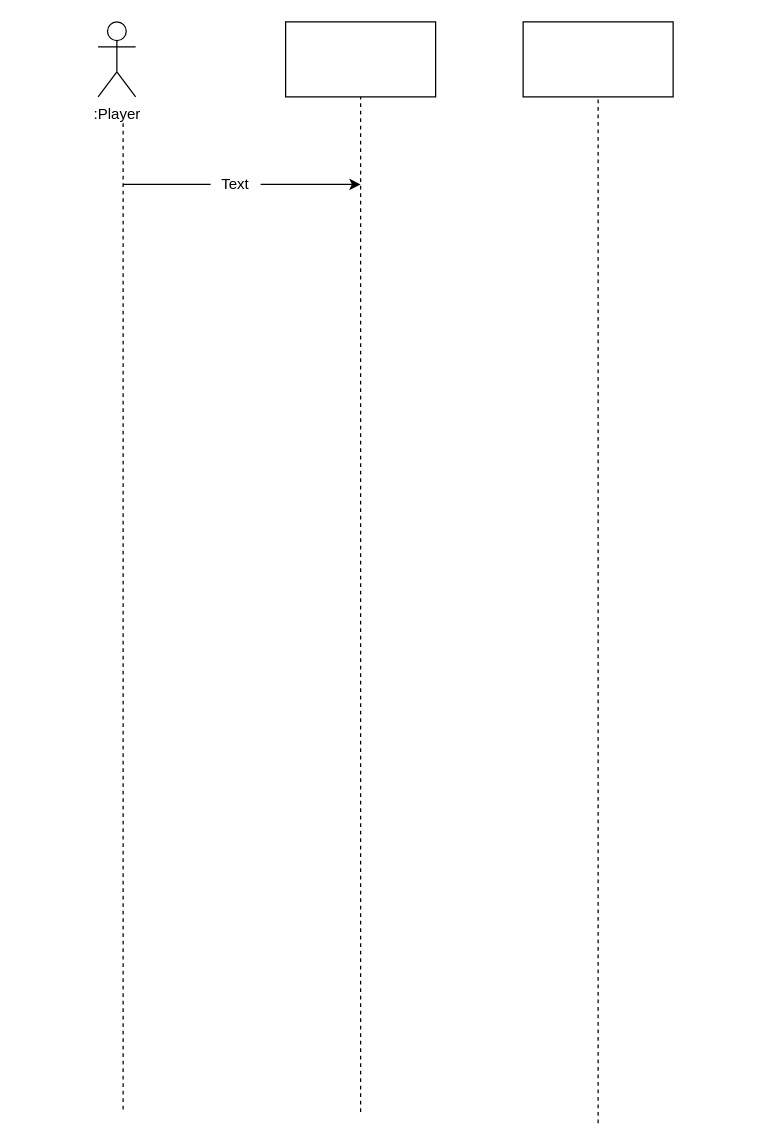
Earlier version of the draw.io diagram deliveries/uml/Gain Resources.drawio (egyangel/ing-sw-2021-esas-mauri-madhkour-elsheshtawi). Source tidied: cells renumbered, new cells numbered last; positions are measured from the earlier drawing's top-left corner, leaving out a move shared by most shapes. Both pictures are drawn from the tidied source at 125%, with x=0, y=0 at pixel (98, 21).
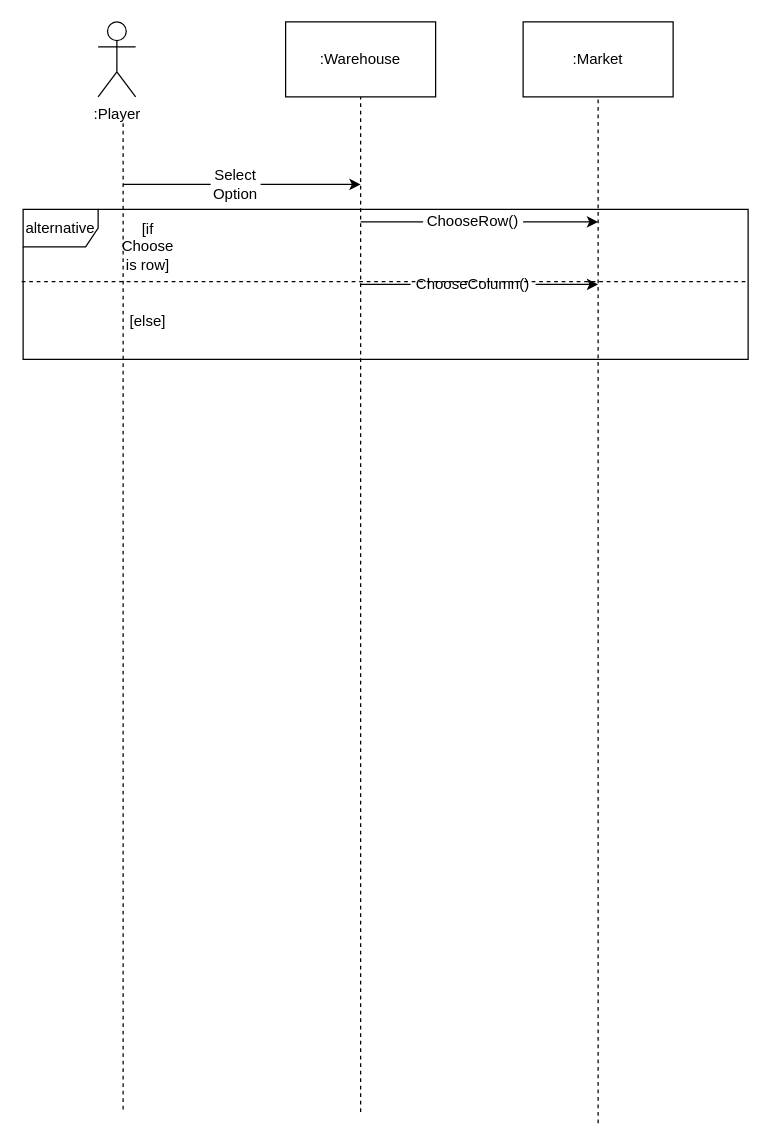
Above is the later version.

Change to the diagram source:
```diff
@@
+    <mxCell id="11" value="alternative" style="shape=umlFrame;whiteSpace=wrap;html=1;" parent="1" vertex="1">
+      <mxGeometry x="-60" y="150" width="580" height="120" as="geometry" />
+    </mxCell>
@@
-    <mxCell id="9" value="Text" style="text;html=1;strokeColor=none;fillColor=none;align=center;verticalAlign=middle;whiteSpace=wrap;rounded=0;" parent="1" vertex="1">
+    <mxCell id="9" value="Select Option" style="text;html=1;strokeColor=none;fillColor=none;align=center;verticalAlign=middle;whiteSpace=wrap;rounded=0;" parent="1" vertex="1">
       <mxGeometry x="90" y="120" width="40" height="20" as="geometry" />
     </mxCell>
@@
+    <mxCell id="12" style="endArrow=classic;html=1;startArrow=none;" parent="1" edge="1">
+      <mxGeometry relative="1" as="geometry">
+        <mxPoint x="340" y="160" as="sourcePoint" />
+        <mxPoint x="400" y="160" as="targetPoint" />
+      </mxGeometry>
+    </mxCell>
+    <mxCell id="13" value=":Warehouse" style="text;html=1;strokeColor=none;fillColor=none;align=center;verticalAlign=middle;whiteSpace=wrap;rounded=0;" parent="1" vertex="1">
+      <mxGeometry x="190" y="20" width="40" height="20" as="geometry" />
+    </mxCell>
+    <mxCell id="14" value=":Market" style="text;html=1;strokeColor=none;fillColor=none;align=center;verticalAlign=middle;whiteSpace=wrap;rounded=0;" parent="1" vertex="1">
+      <mxGeometry x="380" y="20" width="40" height="20" as="geometry" />
+    </mxCell>
+    <mxCell id="15" value="ChooseRow()" style="text;html=1;strokeColor=none;fillColor=none;align=center;verticalAlign=middle;whiteSpace=wrap;rounded=0;" parent="1" vertex="1">
+      <mxGeometry x="280" y="150" width="40" height="20" as="geometry" />
+    </mxCell>
+    <mxCell id="16" style="endArrow=none;html=1;" parent="1" edge="1">
+      <mxGeometry relative="1" as="geometry">
+        <mxPoint x="210" y="160" as="sourcePoint" />
+        <mxPoint x="260" y="160" as="targetPoint" />
+      </mxGeometry>
+    </mxCell>
+    <mxCell id="17" style="endArrow=classic;html=1;startArrow=none;" parent="1" edge="1">
+      <mxGeometry relative="1" as="geometry">
+        <mxPoint x="350" y="210" as="sourcePoint" />
+        <mxPoint x="400" y="210" as="targetPoint" />
+      </mxGeometry>
+    </mxCell>
+    <mxCell id="18" value="ChooseColumn()" style="text;html=1;strokeColor=none;fillColor=none;align=center;verticalAlign=middle;whiteSpace=wrap;rounded=0;" parent="1" vertex="1">
+      <mxGeometry x="280" y="200" width="40" height="20" as="geometry" />
+    </mxCell>
+    <mxCell id="19" style="endArrow=none;html=1;" parent="1" edge="1">
+      <mxGeometry relative="1" as="geometry">
+        <mxPoint x="210" y="210" as="sourcePoint" />
+        <mxPoint x="250" y="210" as="targetPoint" />
+      </mxGeometry>
+    </mxCell>
+    <mxCell id="20" style="endArrow=none;dashed=1;html=1;entryX=0.997;entryY=0.481;entryDx=0;entryDy=0;entryPerimeter=0;exitX=-0.002;exitY=0.481;exitDx=0;exitDy=0;exitPerimeter=0;" parent="1" edge="1" source="11" target="11">
+      <mxGeometry relative="1" as="geometry" />
+    </mxCell>
+    <mxCell id="21" value="[if Choose is row]" style="text;html=1;strokeColor=none;fillColor=none;align=center;verticalAlign=middle;whiteSpace=wrap;rounded=0;" parent="1" vertex="1">
+      <mxGeometry x="20" y="170" width="40" height="20" as="geometry" />
+    </mxCell>
+    <mxCell id="22" value="[else]" style="text;html=1;strokeColor=none;fillColor=none;align=center;verticalAlign=middle;whiteSpace=wrap;rounded=0;" parent="1" vertex="1">
+      <mxGeometry x="20" y="230" width="40" height="20" as="geometry" />
+    </mxCell>
```
